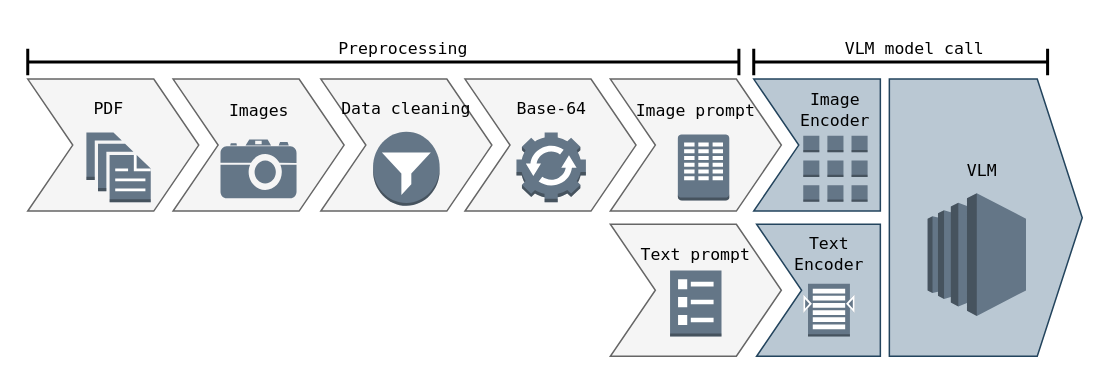
Before: VLMs.drawio in lamalab-org/matextract-book, a draw.io diagram. Source tidied: cells renumbered, new cells numbered last; positions are measured from the earlier drawing's top-left corner, leaving out a move shared by most shapes. Both pictures are drawn from the tidied source at 150%, with x=0, y=0 at pixel (27, 26).
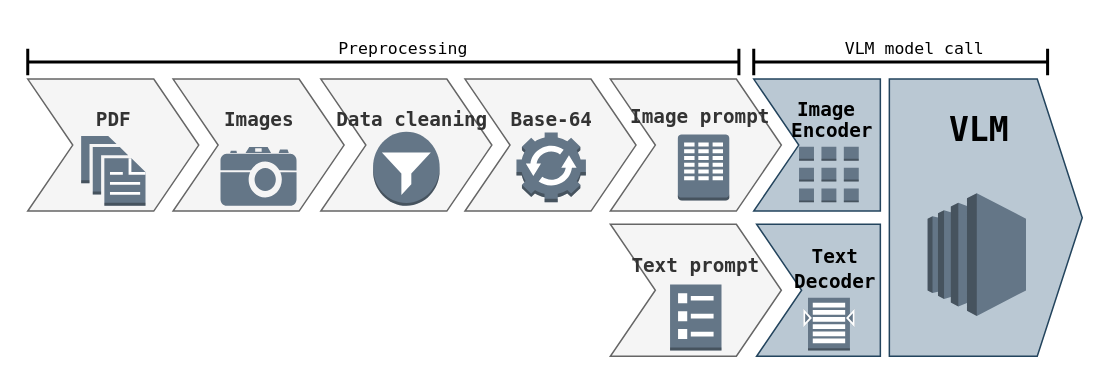
Above is the later version.

Commit message:
VLM figure updated

Change to the diagram source:
```diff
@@
-    <mxCell id="2" style="group;fontSize=11;" parent="1" vertex="1">
+    <mxCell id="2" style="group;fontSize=11;verticalAlign=top;" parent="1" vertex="1">
       <mxGeometry width="703" height="220" as="geometry" />
     </mxCell>
-    <mxCell id="3" style="html=1;shadow=0;dashed=0;align=center;verticalAlign=middle;shape=mxgraph.arrows2.arrow;dy=0;dx=30;notch=30;fontFamily=Lucida Console;fontSize=11;fillColor=#f5f5f5;fontColor=#333333;strokeColor=#666666;" parent="2" vertex="1">
+    <mxCell id="3" value="&lt;h3&gt;Text prompt&lt;/h3&gt;" style="html=1;shadow=0;dashed=0;align=center;verticalAlign=top;shape=mxgraph.arrows2.arrow;dy=0;dx=30;notch=30;fontFamily=Lucida Console;fontSize=11;fillColor=#f5f5f5;fontColor=#333333;strokeColor=#666666;" parent="2" vertex="1">
       <mxGeometry x="388.4" y="132" width="114" height="88" as="geometry" />
     </mxCell>
-    <mxCell id="4" style="html=1;shadow=0;dashed=0;align=center;verticalAlign=middle;shape=mxgraph.arrows2.arrow;dy=0;dx=30;notch=30;fontFamily=Lucida Console;fontSize=11;fillColor=#f5f5f5;fontColor=#333333;strokeColor=#666666;" parent="2" vertex="1">
+    <mxCell id="4" value="&lt;h3&gt;Image prompt&lt;/h3&gt;" style="html=1;shadow=0;dashed=0;align=center;verticalAlign=top;shape=mxgraph.arrows2.arrow;dy=0;dx=30;notch=30;fontFamily=Lucida Console;fontSize=11;fillColor=#f5f5f5;fontColor=#333333;strokeColor=#666666;spacingBottom=23;spacing=0;spacingLeft=6;" parent="2" vertex="1">
       <mxGeometry x="388.4" y="35.2" width="114" height="88" as="geometry" />
     </mxCell>
-    <mxCell id="5" style="html=1;shadow=0;dashed=0;align=center;verticalAlign=middle;shape=mxgraph.arrows2.arrow;dy=0;dx=30;notch=30;fontFamily=Lucida Console;fontSize=11;fillColor=#f5f5f5;fontColor=#333333;strokeColor=#666666;" parent="2" vertex="1">
+    <mxCell id="5" value="&lt;h3&gt;Base-64&lt;/h3&gt;" style="html=1;shadow=0;dashed=0;align=center;verticalAlign=top;shape=mxgraph.arrows2.arrow;dy=0;dx=30;notch=30;fontFamily=Lucida Console;fontSize=11;fillColor=#f5f5f5;fontColor=#333333;strokeColor=#666666;" parent="2" vertex="1">
       <mxGeometry x="291.5" y="35.2" width="114" height="88" as="geometry" />
     </mxCell>
-    <mxCell id="6" style="html=1;shadow=0;dashed=0;align=center;verticalAlign=middle;shape=mxgraph.arrows2.arrow;dy=0;dx=30;notch=30;fontFamily=Lucida Console;fontSize=11;fillColor=#f5f5f5;fontColor=#333333;strokeColor=#666666;" parent="2" vertex="1">
+    <mxCell id="6" value="&lt;h3&gt;Data cleaning&lt;/h3&gt;" style="html=1;shadow=0;dashed=0;align=center;verticalAlign=top;shape=mxgraph.arrows2.arrow;dy=0;dx=30;notch=30;fontFamily=Lucida Console;fontSize=11;fillColor=#f5f5f5;fontColor=#333333;strokeColor=#666666;spacingLeft=7;" parent="2" vertex="1">
       <mxGeometry x="195.4" y="35.2" width="114" height="88" as="geometry" />
     </mxCell>
-    <mxCell id="7" style="html=1;shadow=0;dashed=0;align=center;verticalAlign=middle;shape=mxgraph.arrows2.arrow;dy=0;dx=30;notch=30;fontFamily=Lucida Console;fontSize=11;fillColor=#f5f5f5;fontColor=#333333;strokeColor=#666666;" parent="2" vertex="1">
+    <mxCell id="7" value="&lt;h3&gt;Images&lt;/h3&gt;" style="html=1;shadow=0;dashed=0;align=center;verticalAlign=top;shape=mxgraph.arrows2.arrow;dy=0;dx=30;notch=30;fontFamily=Lucida Console;fontSize=11;fillColor=#f5f5f5;fontColor=#333333;strokeColor=#666666;" parent="2" vertex="1">
       <mxGeometry x="96.9" y="35.2" width="114" height="88" as="geometry" />
     </mxCell>
-    <mxCell id="8" style="html=1;shadow=0;dashed=0;align=center;verticalAlign=middle;shape=mxgraph.arrows2.arrow;dy=0;dx=30;notch=30;fontFamily=Lucida Console;fontSize=11;fillColor=#f5f5f5;fontColor=#333333;strokeColor=#666666;" parent="2" vertex="1">
+    <mxCell id="8" value="&lt;h3&gt;PDF&lt;/h3&gt;" style="html=1;shadow=0;dashed=0;align=center;verticalAlign=top;shape=mxgraph.arrows2.arrow;dy=0;dx=30;notch=30;fontFamily=Lucida Console;fontSize=11;fillColor=#f5f5f5;fontColor=#333333;strokeColor=#666666;" parent="2" vertex="1">
       <mxGeometry y="35.2" width="114" height="88" as="geometry" />
     </mxCell>
     <mxCell id="9" style="dashed=0;verticalLabelPosition=bottom;verticalAlign=top;align=center;html=1;shape=mxgraph.aws3.documents;fillColor=#647687;fontColor=#ffffff;strokeColor=#314354;fontFamily=Lucida Console;fontSize=11;" parent="2" vertex="1">
-      <mxGeometry x="39.1" y="70.8" width="42.9" height="46.6" as="geometry" />
+      <mxGeometry x="35.6" y="73.1" width="42.9" height="46.6" as="geometry" />
     </mxCell>
-    <mxCell id="10" value="PDF&amp;nbsp;" style="text;html=1;align=center;verticalAlign=middle;strokeColor=none;fillColor=none;fontFamily=Lucida Console;fontSize=11;" parent="2" vertex="1">
-      <mxGeometry x="32" y="40" width="50" height="30" as="geometry" />
-    </mxCell>
@@
     <mxCell id="12" style="shape=mxgraph.signs.tech.camera_2;html=1;fillColor=#647687;strokeColor=none;verticalLabelPosition=bottom;verticalAlign=top;align=center;sketch=0;fontColor=#ffffff;fontFamily=Lucida Console;fontSize=11;" parent="2" vertex="1">
-      <mxGeometry x="128.5" y="75.5" width="50.7" height="39.2" as="geometry" />
+      <mxGeometry x="128.5" y="80.5" width="50.7" height="39.2" as="geometry" />
     </mxCell>
-    <mxCell id="13" value="Images" style="text;html=1;align=center;verticalAlign=middle;strokeColor=none;fillColor=none;fontFamily=Lucida Console;fontSize=11;" parent="2" vertex="1">
-      <mxGeometry x="123.9" y="41.4" width="60" height="30" as="geometry" />
-    </mxCell>
@@
-    <mxCell id="15" value="Base-64" style="text;html=1;align=center;verticalAlign=middle;strokeColor=none;fillColor=none;fontFamily=Lucida Console;fontSize=11;" parent="2" vertex="1">
-      <mxGeometry x="318.9" y="40" width="60" height="30" as="geometry" />
-    </mxCell>
-    <mxCell id="16" value="Data cleaning" style="text;html=1;align=center;verticalAlign=middle;strokeColor=none;fillColor=none;fontFamily=Lucida Console;fontSize=11;" parent="2" vertex="1">
-      <mxGeometry x="212.4" y="40" width="80" height="30" as="geometry" />
-    </mxCell>
-    <mxCell id="17" value="Image prompt" style="text;html=1;align=center;verticalAlign=middle;strokeColor=none;fillColor=none;fontFamily=Lucida Console;fontSize=11;" parent="2" vertex="1">
-      <mxGeometry x="400.4" y="41.4" width="90" height="30" as="geometry" />
-    </mxCell>
-    <mxCell id="18" value="Text prompt" style="text;html=1;align=center;verticalAlign=middle;strokeColor=none;fillColor=none;fontFamily=Lucida Console;fontSize=11;" parent="2" vertex="1">
-      <mxGeometry x="405.4" y="137.2" width="80" height="30" as="geometry" />
-    </mxCell>
@@
     <mxCell id="20" style="dashed=0;verticalLabelPosition=bottom;verticalAlign=top;align=center;html=1;shape=mxgraph.aws3.requester;fillColor=#647687;fontColor=#ffffff;strokeColor=#314354;fontFamily=Lucida Console;fontSize=11;" parent="2" vertex="1">
-      <mxGeometry x="428.2" y="162.8" width="34.3" height="44" as="geometry" />
+      <mxGeometry x="428.2" y="172.2" width="34.3" height="44" as="geometry" />
     </mxCell>
-    <mxCell id="21" style="html=1;shadow=0;dashed=0;align=center;verticalAlign=middle;shape=mxgraph.arrows2.arrow;dy=0;dx=30;notch=0;fontFamily=Lucida Console;fontSize=11;fillColor=#bac8d3;strokeColor=#23445d;" parent="2" vertex="1">
+    <mxCell id="21" value="&lt;h1&gt;VLM&lt;/h1&gt;" style="html=1;shadow=0;dashed=0;align=center;verticalAlign=top;shape=mxgraph.arrows2.arrow;dy=0;dx=30;notch=0;fontFamily=Lucida Console;fontSize=11;fillColor=#bac8d3;strokeColor=#23445d;spacingRight=9;" parent="2" vertex="1">
       <mxGeometry x="574.4" y="35.2" width="128.6" height="184.8" as="geometry" />
     </mxCell>
-    <mxCell id="22" value="VLM" style="text;html=1;align=center;verticalAlign=middle;strokeColor=none;fillColor=none;fontFamily=Lucida Console;fontSize=11;" parent="2" vertex="1">
-      <mxGeometry x="611.3" y="81.4" width="50" height="30" as="geometry" />
-    </mxCell>
@@
-    <mxCell id="24" style="html=1;shadow=0;dashed=0;align=center;verticalAlign=middle;shape=mxgraph.arrows2.arrow;dy=0;dx=0;notch=30;fontFamily=Lucida Console;fontSize=11;fillColor=#bac8d3;strokeColor=#23445d;" parent="2" vertex="1">
+    <mxCell id="24" value="&lt;h3 style=&quot;line-height: 10%;&quot;&gt;Image&amp;nbsp;&lt;/h3&gt;&lt;h3 style=&quot;line-height: 10%;&quot;&gt;Encoder&lt;/h3&gt;" style="html=1;shadow=0;dashed=0;align=center;verticalAlign=top;shape=mxgraph.arrows2.arrow;dy=0;dx=0;notch=30;fontFamily=Lucida Console;fontSize=11;fillColor=#bac8d3;strokeColor=#23445d;spacingLeft=19;" parent="2" vertex="1">
       <mxGeometry x="484" y="35.2" width="84.4" height="88" as="geometry" />
     </mxCell>
-    <mxCell id="25" style="html=1;shadow=0;dashed=0;align=center;verticalAlign=middle;shape=mxgraph.arrows2.arrow;dy=0;dx=0;notch=30;fontFamily=Lucida Console;fontSize=11;fillColor=#bac8d3;strokeColor=#23445d;" parent="2" vertex="1">
+    <mxCell id="25" value="&lt;h3 style=&quot;line-height: 30%;&quot;&gt;Text&lt;/h3&gt;&lt;h3 style=&quot;line-height: 30%;&quot;&gt;Decoder&lt;/h3&gt;" style="html=1;shadow=0;dashed=0;align=center;verticalAlign=top;shape=mxgraph.arrows2.arrow;dy=0;dx=0;notch=30;fontFamily=Lucida Console;fontSize=11;fillColor=#bac8d3;strokeColor=#23445d;spacingLeft=21;" parent="2" vertex="1">
       <mxGeometry x="485.9" y="132" width="82.5" height="88" as="geometry" />
     </mxCell>
-    <mxCell id="26" value="Image&lt;div style=&quot;font-size: 11px;&quot;&gt;Encoder&lt;/div&gt;" style="text;html=1;align=center;verticalAlign=middle;strokeColor=none;fillColor=none;fontFamily=Lucida Console;fontSize=11;" parent="2" vertex="1">
-      <mxGeometry x="508.4" y="36.4" width="60" height="40" as="geometry" />
-    </mxCell>
-    <mxCell id="27" value="Text&lt;div style=&quot;font-size: 11px;&quot;&gt;Encoder&lt;/div&gt;" style="text;html=1;align=center;verticalAlign=middle;strokeColor=none;fillColor=none;fontFamily=Lucida Console;fontSize=11;" parent="2" vertex="1">
-      <mxGeometry x="504.1" y="132.2" width="60" height="40" as="geometry" />
-    </mxCell>
     <mxCell id="28" style="dashed=0;verticalLabelPosition=bottom;verticalAlign=top;align=center;html=1;shape=mxgraph.aws3.instances_2;fillColor=#647687;fontColor=#ffffff;strokeColor=#314354;fontSize=11;" parent="2" vertex="1">
-      <mxGeometry x="517" y="73" width="42.9" height="44" as="geometry" />
+      <mxGeometry x="514.2" y="80.4" width="39.8" height="37" as="geometry" />
     </mxCell>
     <mxCell id="29" style="dashed=0;verticalLabelPosition=bottom;verticalAlign=top;align=center;html=1;shape=mxgraph.aws3.search_documents;fillColor=#647687;fontColor=#ffffff;strokeColor=#314354;fontSize=11;" parent="2" vertex="1">
-      <mxGeometry x="517" y="171.6" width="34.3" height="35.2" as="geometry" />
+      <mxGeometry x="517" y="181" width="34.3" height="35.2" as="geometry" />
     </mxCell>
```
